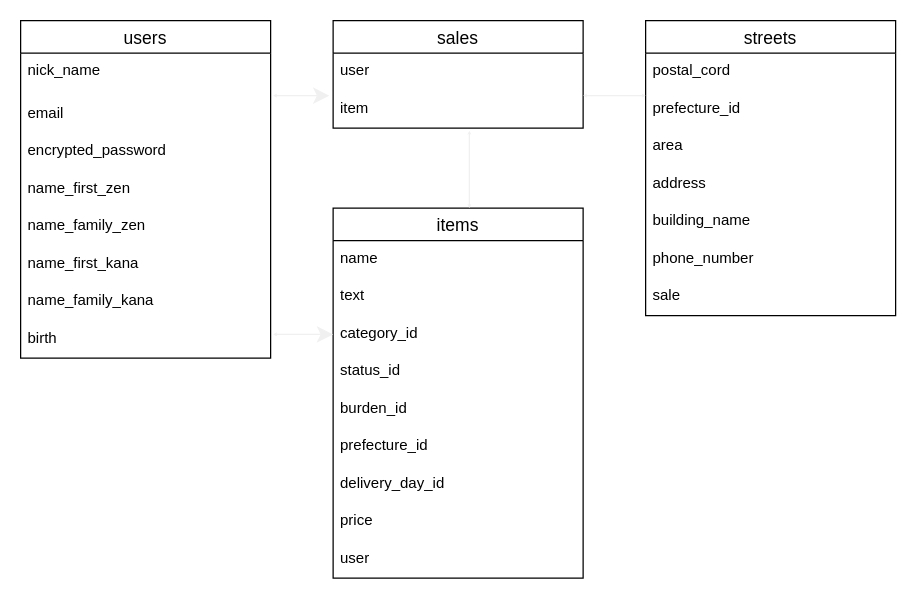
Before: db.dio in aokinorifumi/furima-34849, a draw.io diagram. Source tidied: cells renumbered, new cells numbered last; positions are measured from the earlier drawing's top-left corner, leaving out a move shared by most shapes. Both pictures are drawn from the tidied source at 125%, with x=0, y=0 at pixel (20, 20).
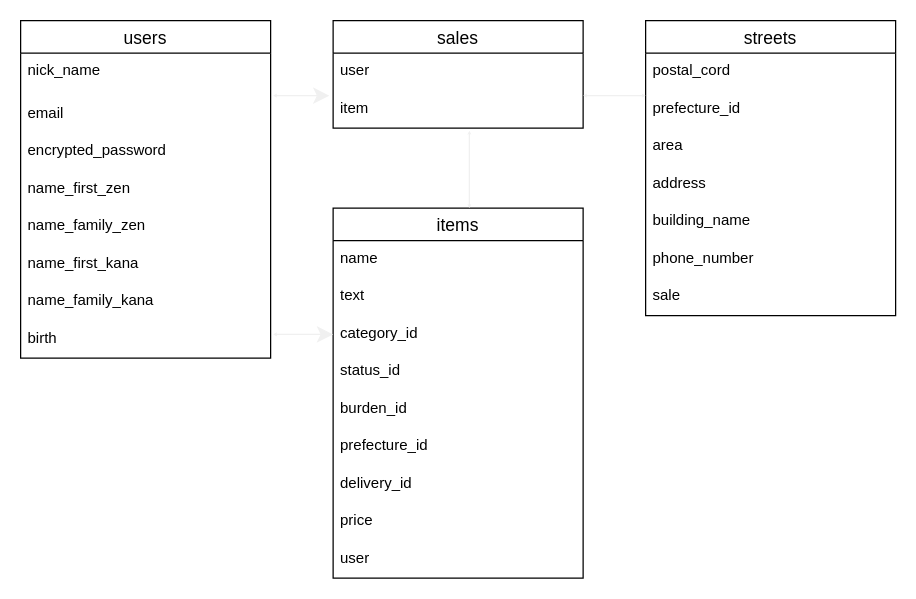
The same diagram, later.

The change refers to these unchanged cells:
```xml
<mxCell id="20" value="items" style="swimlane;fontStyle=0;horizontal=1;startSize=26;align=center;fontSize=14;" parent="1" vertex="1">
  <mxGeometry x="250" y="150" width="200" height="296" as="geometry" />
</mxCell>
```

The edit, as a diff of the source:
```diff
@@
-    <mxCell id="27" value="delivery_day_id" style="text;strokeColor=none;fillColor=none;spacingLeft=4;spacingRight=4;overflow=hidden;fontSize=12;" parent="20" vertex="1">
+    <mxCell id="27" value="delivery_id" style="text;strokeColor=none;fillColor=none;spacingLeft=4;spacingRight=4;overflow=hidden;fontSize=12;" parent="20" vertex="1">
       <mxGeometry y="206" width="200" height="30" as="geometry" />
     </mxCell>
```
